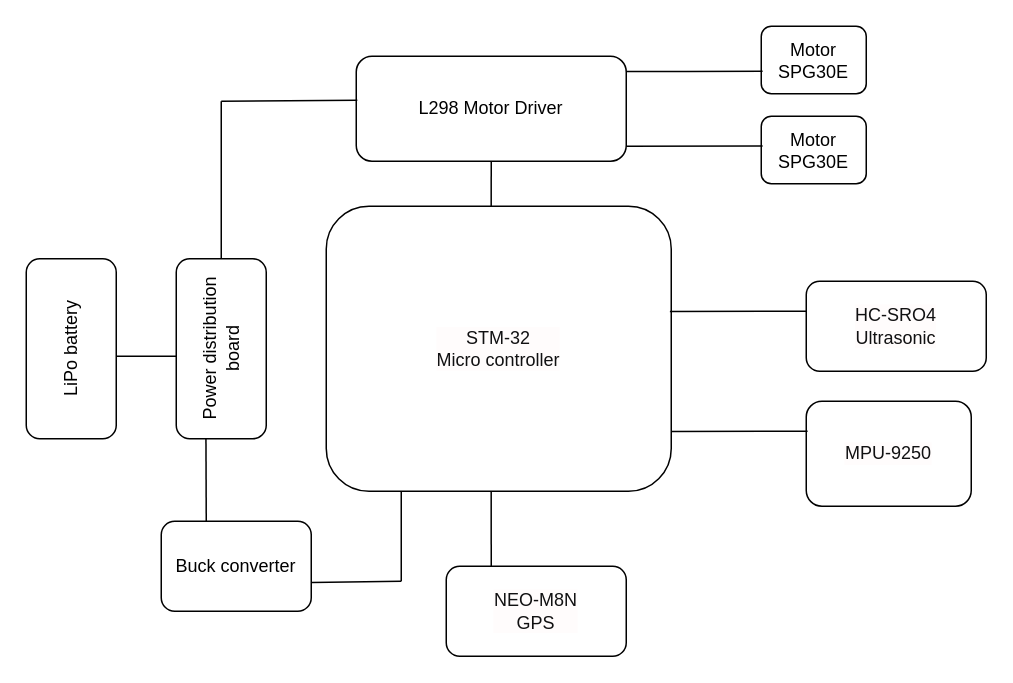
Above: system arch ugv.drawio in namanbsanghvi/Manas (draw.io), before the change. Source tidied: cells renumbered, new cells numbered last; positions are measured from the earlier drawing's top-left corner, leaving out a move shared by most shapes. Both pictures are drawn from the tidied source at 150%, with x=0, y=0 at pixel (-20, 26).
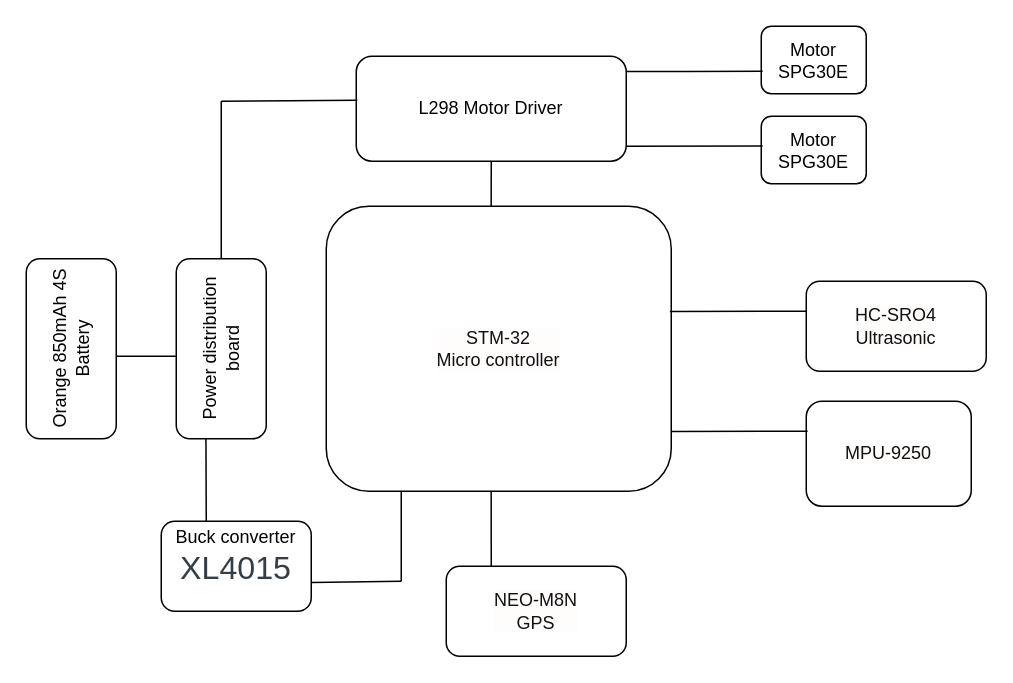
The same page after the edit.

What changed in the source:
```diff
@@
-    <mxCell id="6" value="LiPo battery" style="rounded=1;whiteSpace=wrap;html=1;rotation=-90;" parent="1" vertex="1">
+    <mxCell id="6" value="Orange 850mAh 4S&lt;br&gt;Battery" style="rounded=1;whiteSpace=wrap;html=1;rotation=-90;" parent="1" vertex="1">
       <mxGeometry y="185" width="120" height="60" as="geometry" />
     </mxCell>
@@
-    <mxCell id="9" value="Buck converter" style="rounded=1;whiteSpace=wrap;html=1;" parent="1" vertex="1">
+    <mxCell id="9" value="Buck converter&lt;h1 class=&quot;product_title entry-title&quot; style=&quot;box-sizing: border-box ; margin-top: 0px ; margin-bottom: 0.48em ; font-weight: 500 ; line-height: 1.28em ; font-size: 1.786em ; color: rgb(51 , 62 , 72) ; font-family: &amp;#34;inter&amp;#34; , &amp;#34;open sans&amp;#34; , , &amp;#34;helvetica neue light&amp;#34; , &amp;#34;helvetica neue&amp;#34; , &amp;#34;helvetica&amp;#34; , &amp;#34;arial&amp;#34; , &amp;#34;lucida grande&amp;#34; , sans-serif ; background-color: rgb(255 , 255 , 255)&quot;&gt;XL4015&lt;/h1&gt;" style="rounded=1;whiteSpace=wrap;html=1;" parent="1" vertex="1">
       <mxGeometry x="120" y="330" width="100" height="60" as="geometry" />
     </mxCell>
```
